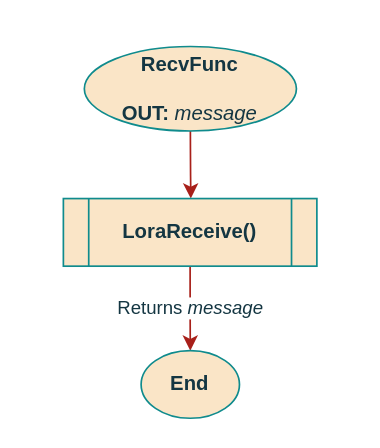
Before: page "recvFunc" (3 of 4) of documentation/flowcharts/02Classes/CLoraComm.drawio in ESRGgroup9/slipad, a draw.io diagram. Source tidied: cells renumbered, new cells numbered last; positions are measured from the earlier drawing's top-left corner, leaving out a move shared by most shapes. Both pictures are drawn from the tidied source at 169%, with x=0, y=0 at pixel (63, 46).
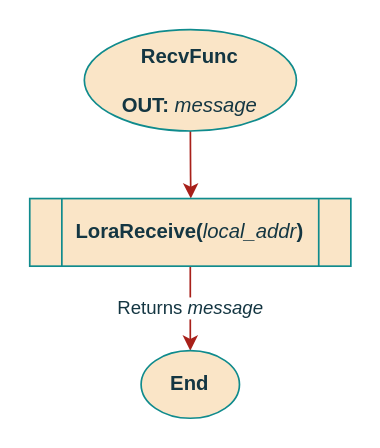
The same diagram, later.

Diff of the diagram source:
```diff
@@
 <mxGraphModel>
   <root>
     <mxCell id="0" />
     <mxCell id="1" parent="0" />
     <mxCell id="2" style="edgeStyle=orthogonalEdgeStyle;curved=0;rounded=1;sketch=0;jettySize=auto;html=1;exitX=0.5;exitY=1;exitDx=0;exitDy=0;entryX=0.5;entryY=0;entryDx=0;entryDy=0;fontColor=#143642;strokeColor=#A8201A;fillColor=#FAE5C7;" parent="1" edge="1" source="3">
       <mxGeometry relative="1" as="geometry">
         <mxPoint x="75.4" y="90" as="targetPoint" />
       </mxGeometry>
     </mxCell>
     <mxCell id="3" value="&lt;div&gt;RecvFunc&lt;/div&gt;&lt;div&gt;&lt;br&gt;&lt;/div&gt;&lt;div&gt;OUT: &lt;span style=&quot;font-weight: normal&quot;&gt;&lt;i&gt;message&lt;/i&gt;&lt;/span&gt;&lt;br&gt;&lt;/div&gt;" style="ellipse;whiteSpace=wrap;html=1;fillColor=#FAE5C7;strokeColor=#0F8B8D;fontColor=#143642;fontStyle=1;" parent="1" vertex="1">
-      <mxGeometry x="12.4" width="125.5" height="50" as="geometry" />
+      <mxGeometry x="12.4" y="-10" width="125.5" height="60" as="geometry" />
     </mxCell>
     <mxCell id="4" value="Returns &lt;i&gt;message&lt;/i&gt;" style="edgeStyle=orthogonalEdgeStyle;curved=0;rounded=1;sketch=0;jettySize=auto;html=1;fontColor=#143642;strokeColor=#A8201A;fillColor=#FAE5C7;entryX=0.5;entryY=0;entryDx=0;entryDy=0;exitX=0.5;exitY=1;exitDx=0;exitDy=0;" parent="1" edge="1" source="5" target="6">
       <mxGeometry relative="1" as="geometry" />
     </mxCell>
-    <mxCell id="5" value="&lt;b&gt;LoraReceive()&lt;/b&gt;" style="shape=process;whiteSpace=wrap;html=1;backgroundOutline=1;rounded=0;sketch=0;fontColor=#143642;strokeColor=#0F8B8D;fillColor=#FAE5C7;" parent="1" vertex="1">
-      <mxGeometry y="90" width="150" height="40" as="geometry" />
+    <mxCell id="5" value="&lt;b&gt;LoraReceive(&lt;/b&gt;&lt;i&gt;local_addr&lt;/i&gt;&lt;b&gt;)&lt;/b&gt;" style="shape=process;whiteSpace=wrap;html=1;backgroundOutline=1;rounded=0;sketch=0;fontColor=#143642;strokeColor=#0F8B8D;fillColor=#FAE5C7;" parent="1" vertex="1">
+      <mxGeometry x="-19.9" y="90" width="190" height="40" as="geometry" />
     </mxCell>
     <mxCell id="6" value="End" style="ellipse;whiteSpace=wrap;html=1;fillColor=#FAE5C7;strokeColor=#0F8B8D;fontColor=#143642;fontStyle=1;" parent="1" vertex="1">
       <mxGeometry x="46" y="180" width="58.2" height="40" as="geometry" />
     </mxCell>
   </root>
 </mxGraphModel>
```
